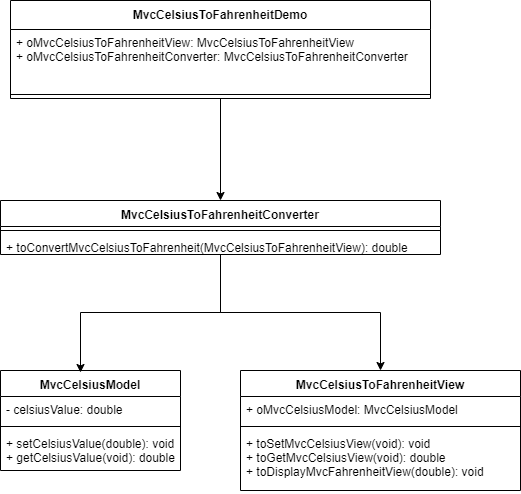
The draw.io diagram CelsiusToFahrenheit/UML_CelsiusToFahrenheit.png in learning-prog/JavaMVC, before a commit. Source tidied: cells renumbered, new cells last; positions are measured from the earlier drawing's top-left corner, leaving out a move shared by most shapes. Source of this version:
```xml
<mxGraphModel>
  <root>
    <mxCell id="0" />
    <mxCell id="1" parent="0" />
    <mxCell id="2" value="MvcCelsiusModel" style="swimlane;fontStyle=1;align=center;verticalAlign=top;horizontal=1;startSize=26;" parent="1" vertex="1">
      <mxGeometry y="370" width="180" height="100" as="geometry" />
    </mxCell>
    <mxCell id="3" value="- celsiusValue: double" style="text;strokeColor=none;fillColor=none;align=left;verticalAlign=top;spacingLeft=4;spacingRight=4;overflow=hidden;" parent="2" vertex="1">
      <mxGeometry y="26" width="180" height="26" as="geometry" />
    </mxCell>
    <mxCell id="4" style="line;strokeWidth=1;fillColor=none;align=left;verticalAlign=middle;spacingTop=-1;spacingLeft=3;spacingRight=3;labelPosition=right;" parent="2" vertex="1">
      <mxGeometry y="52" width="180" height="8" as="geometry" />
    </mxCell>
    <mxCell id="5" value="+ setCelsiusValue(double): void&#10;+ getCelsiusValue(void): double" style="text;strokeColor=none;fillColor=none;align=left;verticalAlign=top;spacingLeft=4;spacingRight=4;overflow=hidden;" parent="2" vertex="1">
      <mxGeometry y="60" width="180" height="40" as="geometry" />
    </mxCell>
    <mxCell id="6" value="MvcCelsiusToFahrenheitView" style="swimlane;fontStyle=1;align=center;verticalAlign=top;horizontal=1;startSize=26;" parent="1" vertex="1">
      <mxGeometry x="240" y="370" width="280" height="120" as="geometry" />
    </mxCell>
    <mxCell id="7" value="+ oMvcCelsiusModel: MvcCelsiusModel" style="text;strokeColor=none;fillColor=none;align=left;verticalAlign=top;spacingLeft=4;spacingRight=4;overflow=hidden;" parent="6" vertex="1">
      <mxGeometry y="26" width="280" height="26" as="geometry" />
    </mxCell>
    <mxCell id="8" style="line;strokeWidth=1;fillColor=none;align=left;verticalAlign=middle;spacingTop=-1;spacingLeft=3;spacingRight=3;labelPosition=right;" parent="6" vertex="1">
      <mxGeometry y="52" width="280" height="8" as="geometry" />
    </mxCell>
    <mxCell id="9" value="+ toSetMvcCelsiusView(void): void&#10;+ toGetMvcCelsiusView(void): double&#10;+ toDisplayMvcFahrenheitView(double): void" style="text;strokeColor=none;fillColor=none;align=left;verticalAlign=top;spacingLeft=4;spacingRight=4;overflow=hidden;" parent="6" vertex="1">
      <mxGeometry y="60" width="280" height="60" as="geometry" />
    </mxCell>
    <mxCell id="10" style="edgeStyle=orthogonalEdgeStyle;rounded=0;jettySize=auto;html=1;entryX=0.444;entryY=0.02;entryDx=0;entryDy=0;entryPerimeter=0;" parent="1" edge="1" source="12" target="2">
      <mxGeometry relative="1" as="geometry" />
    </mxCell>
    <mxCell id="11" style="edgeStyle=orthogonalEdgeStyle;rounded=0;jettySize=auto;html=1;entryX=0.5;entryY=0;entryDx=0;entryDy=0;" parent="1" edge="1" source="12" target="6">
      <mxGeometry relative="1" as="geometry" />
    </mxCell>
    <mxCell id="12" value="MvcCelsiusToFahrenheitConverter" style="swimlane;fontStyle=1;align=center;verticalAlign=top;horizontal=1;startSize=26;" parent="1" vertex="1">
      <mxGeometry y="200" width="440" height="54" as="geometry" />
    </mxCell>
    <mxCell id="13" style="line;strokeWidth=1;fillColor=none;align=left;verticalAlign=middle;spacingTop=-1;spacingLeft=3;spacingRight=3;labelPosition=right;" parent="12" vertex="1">
      <mxGeometry y="26" width="440" height="8" as="geometry" />
    </mxCell>
    <mxCell id="14" value="+ toConvertMvcCelsiusToFahrenheit(MvcCelsiusToFahrenheitView): double&#10;" style="text;strokeColor=none;fillColor=none;align=left;verticalAlign=top;spacingLeft=4;spacingRight=4;overflow=hidden;" parent="12" vertex="1">
      <mxGeometry y="34" width="440" height="20" as="geometry" />
    </mxCell>
    <mxCell id="15" style="edgeStyle=orthogonalEdgeStyle;rounded=0;jettySize=auto;html=1;entryX=0.5;entryY=0;entryDx=0;entryDy=0;" parent="1" edge="1" source="16" target="12">
      <mxGeometry relative="1" as="geometry" />
    </mxCell>
    <mxCell id="16" value="MvcCelsiusToFahrenheitDemo" style="swimlane;fontStyle=1;align=center;verticalAlign=top;horizontal=1;startSize=29;" parent="1" vertex="1">
      <mxGeometry x="10" width="420" height="98" as="geometry" />
    </mxCell>
    <mxCell id="17" value="+ oMvcCelsiusToFahrenheitView: MvcCelsiusToFahrenheitView&#10;+ oMvcCelsiusToFahrenheitConverter: MvcCelsiusToFahrenheitConverter" style="text;strokeColor=none;fillColor=none;align=left;verticalAlign=top;spacingLeft=4;spacingRight=4;overflow=hidden;" parent="16" vertex="1">
      <mxGeometry y="29" width="420" height="61" as="geometry" />
    </mxCell>
    <mxCell id="18" style="line;strokeWidth=1;fillColor=none;align=left;verticalAlign=middle;spacingTop=-1;spacingLeft=3;spacingRight=3;labelPosition=right;" parent="16" vertex="1">
      <mxGeometry y="90" width="420" height="8" as="geometry" />
    </mxCell>
  </root>
</mxGraphModel>
```
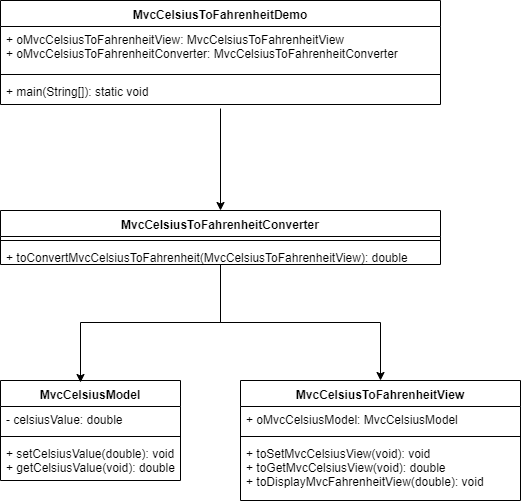
Above is the later version.

What changed in the source:
```diff
@@ -41,17 +41,22 @@
     <mxCell id="14" value="+ toConvertMvcCelsiusToFahrenheit(MvcCelsiusToFahrenheitView): double&#10;" style="text;strokeColor=none;fillColor=none;align=left;verticalAlign=top;spacingLeft=4;spacingRight=4;overflow=hidden;" parent="12" vertex="1">
       <mxGeometry y="34" width="440" height="20" as="geometry" />
     </mxCell>
-    <mxCell id="15" style="edgeStyle=orthogonalEdgeStyle;rounded=0;jettySize=auto;html=1;entryX=0.5;entryY=0;entryDx=0;entryDy=0;" parent="1" edge="1" source="16" target="12">
-      <mxGeometry relative="1" as="geometry" />
+    <mxCell id="15" style="edgeStyle=orthogonalEdgeStyle;rounded=0;jettySize=auto;html=1;entryX=0.5;entryY=0;entryDx=0;entryDy=0;" parent="1" edge="1" target="12">
+      <mxGeometry relative="1" as="geometry">
+        <mxPoint x="220" y="98" as="sourcePoint" />
+      </mxGeometry>
     </mxCell>
-    <mxCell id="16" value="MvcCelsiusToFahrenheitDemo" style="swimlane;fontStyle=1;align=center;verticalAlign=top;horizontal=1;startSize=29;" parent="1" vertex="1">
-      <mxGeometry x="10" width="420" height="98" as="geometry" />
+    <mxCell id="16" value="MvcCelsiusToFahrenheitDemo" style="swimlane;fontStyle=1;align=center;verticalAlign=top;horizontal=1;startSize=26;" parent="1" vertex="1">
+      <mxGeometry y="-10" width="440" height="104" as="geometry" />
     </mxCell>
     <mxCell id="17" value="+ oMvcCelsiusToFahrenheitView: MvcCelsiusToFahrenheitView&#10;+ oMvcCelsiusToFahrenheitConverter: MvcCelsiusToFahrenheitConverter" style="text;strokeColor=none;fillColor=none;align=left;verticalAlign=top;spacingLeft=4;spacingRight=4;overflow=hidden;" parent="16" vertex="1">
-      <mxGeometry y="29" width="420" height="61" as="geometry" />
+      <mxGeometry y="26" width="440" height="44" as="geometry" />
     </mxCell>
-    <mxCell id="18" style="line;strokeWidth=1;fillColor=none;align=left;verticalAlign=middle;spacingTop=-1;spacingLeft=3;spacingRight=3;labelPosition=right;" parent="16" vertex="1">
-      <mxGeometry y="90" width="420" height="8" as="geometry" />
-    </mxCell>
+    <mxCell id="19" style="line;strokeWidth=1;fillColor=none;align=left;verticalAlign=middle;spacingTop=-1;spacingLeft=3;spacingRight=3;labelPosition=right;" parent="16" vertex="1">
+      <mxGeometry y="70" width="440" height="8" as="geometry" />
+    </mxCell>
+    <mxCell id="20" value="+ main(String[]): static void" style="text;strokeColor=none;fillColor=none;align=left;verticalAlign=top;spacingLeft=4;spacingRight=4;overflow=hidden;" parent="16" vertex="1">
+      <mxGeometry y="78" width="440" height="26" as="geometry" />
+    </mxCell>
   </root>
 </mxGraphModel>
```
